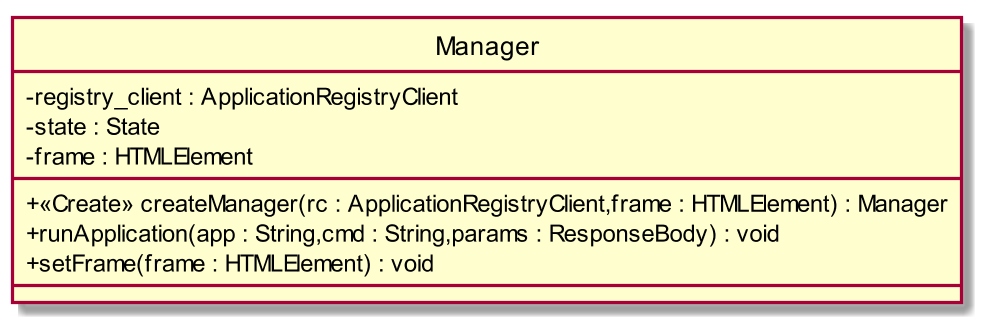
CoCodeSWE/Docs keeps this PlantUML diagram as RQ/Esterni/DefinizioneDiProdotto/images/ClassManager.png. Above is the earlier version. The source it was exported from:
```plantuml
@startuml
scale 1000*1000
skinparam classAttributeIconSize 0
class Manager{
- registry_client : ApplicationRegistryClient
- state : State
- frame : HTMLElement
__
+ <<Create>> createManager(rc : ApplicationRegistryClient,frame : HTMLElement) : Manager
+ runApplication(app : String,cmd : String,params : ResponseBody) : void
+ setFrame(frame : HTMLElement) : void
__

}
hide circle
@enduml
```
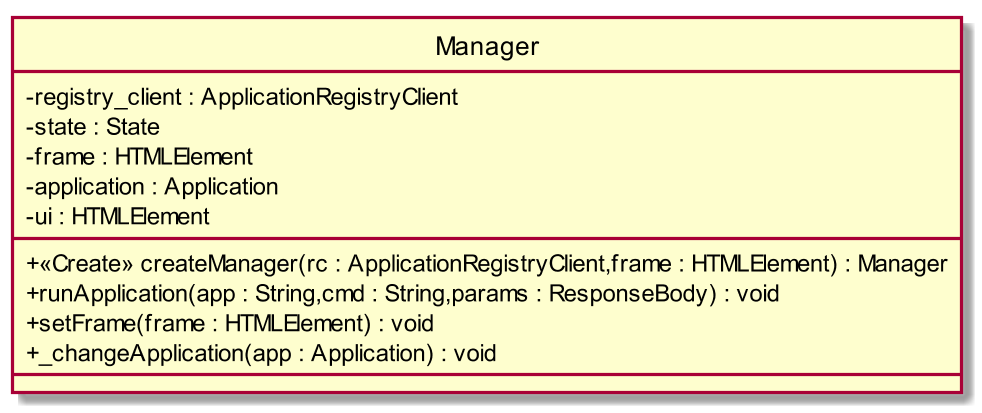
Later version of the same file.

The edit, as a diff of the source:
```diff
@@ -5,10 +5,13 @@
 - registry_client : ApplicationRegistryClient
 - state : State
 - frame : HTMLElement
+- application : Application
+- ui : HTMLElement
 __
 + <<Create>> createManager(rc : ApplicationRegistryClient,frame : HTMLElement) : Manager
 + runApplication(app : String,cmd : String,params : ResponseBody) : void
 + setFrame(frame : HTMLElement) : void
++ _changeApplication(app : Application) : void
 __
 
 }
```
